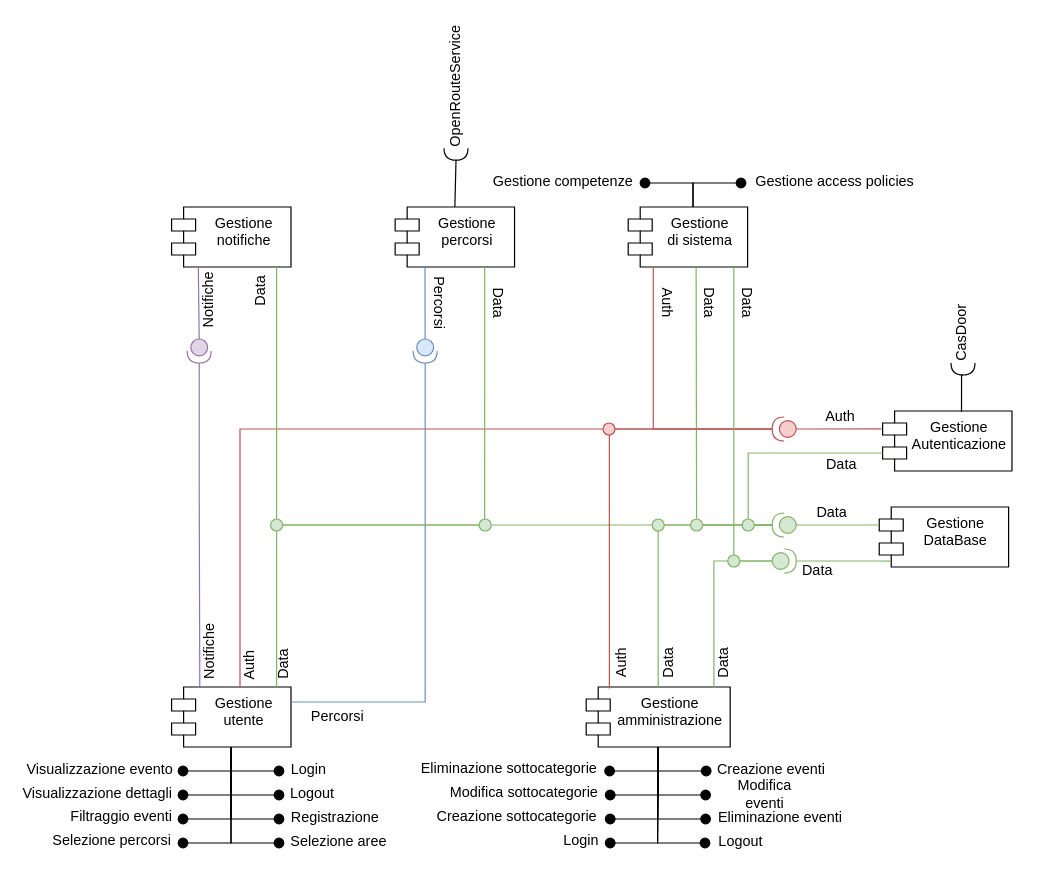
The draw.io diagram Deliverable-2/ComponentDiagram.drawio in ELI20ZIVI/BeeLive, before the edit. Source tidied: cells renumbered, new cells numbered last; positions are measured from the earlier drawing's top-left corner, leaving out a move shared by most shapes. Both pictures are drawn from the tidied source at 120%, with x=0, y=0 at pixel (20, 68).
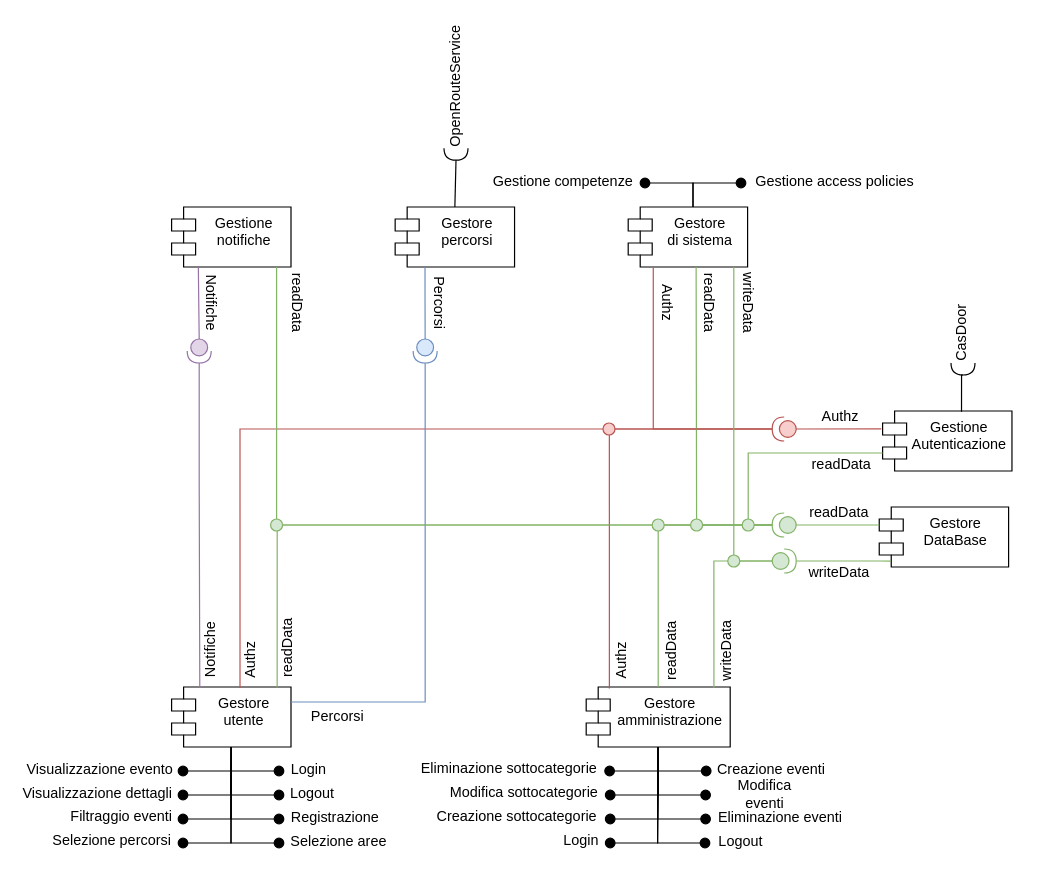
The same page after the edit.

Commit message (it also covers changes not shown here):
new component diagram

Unchanged cells that the change refers to:
```xml
<mxCell id="53" style="shape=providedRequiredInterface;html=1;verticalLabelPosition=bottom;sketch=0;rotation=-180;fillColor=#d5e8d4;strokeColor=#82b366;" parent="1" vertex="1">
  <mxGeometry x="626" y="370" width="20" height="20" as="geometry" />
</mxCell>
```

What changed in the source:
```diff
@@
-    <mxCell id="2" value="Gestione utente" style="shape=module;align=left;spacingLeft=20;align=center;verticalAlign=top;whiteSpace=wrap;html=1;" parent="1" vertex="1">
+    <mxCell id="2" value="Gestore utente" style="shape=module;align=left;spacingLeft=20;align=center;verticalAlign=top;whiteSpace=wrap;html=1;" parent="1" vertex="1">
       <mxGeometry x="125.5" y="515" width="99.5" height="50" as="geometry" />
     </mxCell>
@@
-    <mxCell id="11" value="Auth" style="text;html=1;align=center;verticalAlign=middle;whiteSpace=wrap;rounded=0;rotation=-90;" parent="1" vertex="1">
-      <mxGeometry x="161" y="482" width="60" height="30" as="geometry" />
+    <mxCell id="11" value="Authz" style="text;html=1;align=center;verticalAlign=middle;whiteSpace=wrap;rounded=0;rotation=-90;" parent="1" vertex="1">
+      <mxGeometry x="161.5" y="478" width="60" height="30" as="geometry" />
     </mxCell>
-    <mxCell id="12" value="Gestione &lt;br&gt;&lt;div&gt;DataBase&lt;/div&gt;" style="shape=module;align=left;spacingLeft=20;align=center;verticalAlign=top;whiteSpace=wrap;html=1;" parent="1" vertex="1">
+    <mxCell id="12" value="Gestore&lt;div&gt;DataBase&lt;/div&gt;" style="shape=module;align=left;spacingLeft=20;align=center;verticalAlign=top;whiteSpace=wrap;html=1;" parent="1" vertex="1">
       <mxGeometry x="715.2" y="365" width="107.8" height="50" as="geometry" />
     </mxCell>
-    <mxCell id="13" value="Data" style="text;html=1;align=center;verticalAlign=middle;whiteSpace=wrap;rounded=0;" parent="1" vertex="1">
+    <mxCell id="13" value="readData" style="text;html=1;align=center;verticalAlign=middle;whiteSpace=wrap;rounded=0;" parent="1" vertex="1">
       <mxGeometry x="654" y="315" width="60" height="30" as="geometry" />
     </mxCell>
@@
-    <mxCell id="24" value="Gestione amministrazione" style="shape=module;align=left;spacingLeft=20;align=center;verticalAlign=top;whiteSpace=wrap;html=1;" parent="1" vertex="1">
+    <mxCell id="24" value="Gestore amministrazione" style="shape=module;align=left;spacingLeft=20;align=center;verticalAlign=top;whiteSpace=wrap;html=1;" parent="1" vertex="1">
       <mxGeometry x="471" y="515" width="120" height="50" as="geometry" />
     </mxCell>
@@
-    <mxCell id="26" value="&lt;div&gt;Data&lt;/div&gt;" style="text;html=1;align=center;verticalAlign=middle;whiteSpace=wrap;rounded=0;" parent="1" vertex="1">
-      <mxGeometry x="634" y="403" width="60" height="30" as="geometry" />
+    <mxCell id="26" value="writeData" style="text;html=1;align=center;verticalAlign=middle;whiteSpace=wrap;rounded=0;" parent="1" vertex="1">
+      <mxGeometry x="634" y="405" width="96" height="30" as="geometry" />
     </mxCell>
-    <mxCell id="27" value="Gestione notifiche" style="shape=module;align=left;spacingLeft=20;align=center;verticalAlign=top;whiteSpace=wrap;html=1;" parent="1" vertex="1">
+    <mxCell id="27" value="&lt;div&gt;Gestione notifiche&lt;/div&gt;" style="shape=module;align=left;spacingLeft=20;align=center;verticalAlign=top;whiteSpace=wrap;html=1;" parent="1" vertex="1">
       <mxGeometry x="125.5" y="115" width="99.5" height="50" as="geometry" />
     </mxCell>
@@
-    <mxCell id="40" value="Auth" style="text;html=1;align=center;verticalAlign=middle;whiteSpace=wrap;rounded=0;rotation=-90;" parent="1" vertex="1">
-      <mxGeometry x="471" y="480" width="60" height="30" as="geometry" />
+    <mxCell id="40" value="Authz" style="text;html=1;align=center;verticalAlign=middle;whiteSpace=wrap;rounded=0;rotation=-90;" parent="1" vertex="1">
+      <mxGeometry x="471" y="478" width="60" height="30" as="geometry" />
     </mxCell>
-    <mxCell id="41" value="Data" style="text;html=1;align=center;verticalAlign=middle;whiteSpace=wrap;rounded=0;rotation=-90;" parent="1" vertex="1">
-      <mxGeometry x="189" y="481" width="60" height="30" as="geometry" />
+    <mxCell id="41" value="readData" style="text;html=1;align=center;verticalAlign=middle;whiteSpace=wrap;rounded=0;rotation=-90;" parent="1" vertex="1">
+      <mxGeometry x="192.5" y="468" width="60" height="30" as="geometry" />
     </mxCell>
-    <mxCell id="42" value="Data" style="text;html=1;align=center;verticalAlign=middle;whiteSpace=wrap;rounded=0;rotation=-90;" parent="1" vertex="1">
-      <mxGeometry x="510" y="480" width="60" height="30" as="geometry" />
+    <mxCell id="42" value="readData" style="text;html=1;align=center;verticalAlign=middle;whiteSpace=wrap;rounded=0;rotation=-90;" parent="1" vertex="1">
+      <mxGeometry x="512" y="470" width="60" height="30" as="geometry" />
     </mxCell>
-    <mxCell id="43" value="Auth" style="text;html=1;align=center;verticalAlign=middle;whiteSpace=wrap;rounded=0;rotation=0;" parent="1" vertex="1">
+    <mxCell id="43" value="Authz" style="text;html=1;align=center;verticalAlign=middle;whiteSpace=wrap;rounded=0;rotation=0;" parent="1" vertex="1">
       <mxGeometry x="653" y="275" width="60" height="30" as="geometry" />
     </mxCell>
@@
     <mxCell id="47" value="&lt;div&gt;Notifiche&lt;/div&gt;" style="text;html=1;align=center;verticalAlign=middle;whiteSpace=wrap;rounded=0;rotation=-90;" parent="1" vertex="1">
-      <mxGeometry x="127.5" y="471" width="60" height="30" as="geometry" />
+      <mxGeometry x="128" y="469" width="60" height="30" as="geometry" />
     </mxCell>
-    <mxCell id="48" value="&lt;div&gt;Notifiche&lt;/div&gt;" style="text;html=1;align=center;verticalAlign=middle;whiteSpace=wrap;rounded=0;rotation=-90;" parent="1" vertex="1">
-      <mxGeometry x="126.5" y="178" width="60" height="30" as="geometry" />
+    <mxCell id="48" value="&lt;div&gt;Notifiche&lt;/div&gt;" style="text;html=1;align=center;verticalAlign=middle;whiteSpace=wrap;rounded=0;rotation=90;" parent="1" vertex="1">
+      <mxGeometry x="129" y="180" width="60" height="30" as="geometry" />
     </mxCell>
-    <mxCell id="49" value="Data" style="text;html=1;align=center;verticalAlign=middle;whiteSpace=wrap;rounded=0;rotation=-90;" parent="1" vertex="1">
-      <mxGeometry x="170" y="170" width="60" height="30" as="geometry" />
+    <mxCell id="49" value="readData" style="text;html=1;align=center;verticalAlign=middle;whiteSpace=wrap;rounded=0;rotation=90;" parent="1" vertex="1">
+      <mxGeometry x="200" y="180" width="60" height="30" as="geometry" />
     </mxCell>
-    <mxCell id="50" value="Data" style="text;html=1;align=center;verticalAlign=middle;whiteSpace=wrap;rounded=0;rotation=-90;" parent="1" vertex="1">
-      <mxGeometry x="556" y="480" width="60" height="30" as="geometry" />
+    <mxCell id="50" value="writeData" style="text;html=1;align=center;verticalAlign=middle;whiteSpace=wrap;rounded=0;rotation=-90;" parent="1" vertex="1">
+      <mxGeometry x="558" y="470" width="60" height="30" as="geometry" />
     </mxCell>
-    <mxCell id="51" value="&lt;div&gt;Data&lt;/div&gt;" style="text;html=1;align=center;verticalAlign=middle;whiteSpace=wrap;rounded=0;" parent="1" vertex="1">
-      <mxGeometry x="646" y="355" width="60" height="30" as="geometry" />
+    <mxCell id="51" value="readData" style="text;html=1;align=center;verticalAlign=middle;whiteSpace=wrap;rounded=0;" parent="1" vertex="1">
+      <mxGeometry x="635" y="355" width="94" height="30" as="geometry" />
     </mxCell>
@@
-    <mxCell id="62" value="Gestione percorsi" style="shape=module;align=left;spacingLeft=20;align=center;verticalAlign=top;whiteSpace=wrap;html=1;" parent="1" vertex="1">
+    <mxCell id="62" value="Gestore percorsi" style="shape=module;align=left;spacingLeft=20;align=center;verticalAlign=top;whiteSpace=wrap;html=1;" parent="1" vertex="1">
       <mxGeometry x="311.8" y="115" width="99.5" height="50" as="geometry" />
     </mxCell>
@@
-    <mxCell id="68" style="edgeStyle=orthogonalEdgeStyle;rounded=0;jettySize=auto;html=1;exitX=0.75;exitY=1;exitDx=0;exitDy=0;entryX=0.873;entryY=0;entryDx=0;entryDy=0;entryPerimeter=0;endArrow=none;endFill=0;fillColor=#d5e8d4;strokeColor=#82b366;" parent="1" edge="1" source="62">
-      <mxGeometry relative="1" as="geometry">
-        <mxPoint x="213" y="515" as="targetPoint" />
-        <Array as="points">
-          <mxPoint x="386" y="380" />
-          <mxPoint x="213" y="380" />
-        </Array>
-      </mxGeometry>
-    </mxCell>
-    <mxCell id="69" value="Data" style="text;html=1;align=center;verticalAlign=middle;whiteSpace=wrap;rounded=0;rotation=90;" parent="1" vertex="1">
-      <mxGeometry x="363.8" y="180" width="68" height="30" as="geometry" />
-    </mxCell>
@@
-    <mxCell id="81" value="Gestione &lt;br&gt;di sistema" style="shape=module;align=left;spacingLeft=20;align=center;verticalAlign=top;whiteSpace=wrap;html=1;" parent="1" vertex="1">
+    <mxCell id="81" value="Gestore&lt;br&gt;di sistema" style="shape=module;align=left;spacingLeft=20;align=center;verticalAlign=top;whiteSpace=wrap;html=1;" parent="1" vertex="1">
       <mxGeometry x="506" y="115" width="99.5" height="50" as="geometry" />
     </mxCell>
-    <mxCell id="82" value="Data" style="text;html=1;align=center;verticalAlign=middle;whiteSpace=wrap;rounded=0;rotation=90;" parent="1" vertex="1">
+    <mxCell id="82" value="readData" style="text;html=1;align=center;verticalAlign=middle;whiteSpace=wrap;rounded=0;rotation=90;" parent="1" vertex="1">
       <mxGeometry x="540" y="180" width="68" height="30" as="geometry" />
     </mxCell>
@@
-    <mxCell id="85" value="Data" style="text;html=1;align=center;verticalAlign=middle;whiteSpace=wrap;rounded=0;rotation=90;" parent="1" vertex="1">
-      <mxGeometry x="571" y="180" width="68" height="30" as="geometry" />
+    <mxCell id="85" value="writeData" style="text;html=1;align=center;verticalAlign=middle;whiteSpace=wrap;rounded=0;rotation=90;" parent="1" vertex="1">
+      <mxGeometry x="572" y="180" width="68" height="30" as="geometry" />
     </mxCell>
-    <mxCell id="86" value="&lt;div&gt;Auth&lt;/div&gt;" style="text;html=1;align=center;verticalAlign=middle;whiteSpace=wrap;rounded=0;rotation=90;" parent="1" vertex="1">
+    <mxCell id="86" value="&lt;div&gt;Authz&lt;/div&gt;" style="text;html=1;align=center;verticalAlign=middle;whiteSpace=wrap;rounded=0;rotation=90;" parent="1" vertex="1">
       <mxGeometry x="509" y="180" width="60" height="30" as="geometry" />
     </mxCell>
@@
-    <mxCell id="90" style="ellipse;whiteSpace=wrap;html=1;fillColor=#d5e8d4;strokeColor=#82b366;" parent="1" vertex="1">
-      <mxGeometry x="601" y="375" width="10" height="10" as="geometry" />
-    </mxCell>
-    <mxCell id="91" style="ellipse;whiteSpace=wrap;html=1;fillColor=#d5e8d4;strokeColor=#82b366;" parent="1" vertex="1">
-      <mxGeometry x="558" y="375" width="10" height="10" as="geometry" />
-    </mxCell>
-    <mxCell id="92" style="ellipse;whiteSpace=wrap;html=1;fillColor=#d5e8d4;strokeColor=#82b366;" parent="1" vertex="1">
-      <mxGeometry x="526" y="375" width="10" height="10" as="geometry" />
-    </mxCell>
-    <mxCell id="93" style="ellipse;whiteSpace=wrap;html=1;fillColor=#d5e8d4;strokeColor=#82b366;" parent="1" vertex="1">
-      <mxGeometry x="381.8" y="375" width="10" height="10" as="geometry" />
-    </mxCell>
-    <mxCell id="94" style="ellipse;whiteSpace=wrap;html=1;fillColor=#d5e8d4;strokeColor=#82b366;" parent="1" vertex="1">
-      <mxGeometry x="208" y="375" width="10" height="10" as="geometry" />
-    </mxCell>
@@
+    <mxCell id="100" style="edgeStyle=orthogonalEdgeStyle;rounded=0;jettySize=auto;html=1;exitX=1;exitY=0.5;exitDx=0;exitDy=0;exitPerimeter=0;entryX=0.884;entryY=0.009;entryDx=0;entryDy=0;entryPerimeter=0;endArrow=none;endFill=0;fillColor=#d5e8d4;strokeColor=#82b366;" parent="1" edge="1" source="53" target="2">
+      <mxGeometry relative="1" as="geometry" />
+    </mxCell>
+    <mxCell id="94" style="ellipse;whiteSpace=wrap;html=1;fillColor=#d5e8d4;strokeColor=#82b366;" parent="1" vertex="1">
+      <mxGeometry x="208" y="375" width="10" height="10" as="geometry" />
+    </mxCell>
+    <mxCell id="92" style="ellipse;whiteSpace=wrap;html=1;fillColor=#d5e8d4;strokeColor=#82b366;" parent="1" vertex="1">
+      <mxGeometry x="526" y="375" width="10" height="10" as="geometry" />
+    </mxCell>
+    <mxCell id="91" style="ellipse;whiteSpace=wrap;html=1;fillColor=#d5e8d4;strokeColor=#82b366;" parent="1" vertex="1">
+      <mxGeometry x="558" y="375" width="10" height="10" as="geometry" />
+    </mxCell>
+    <mxCell id="90" style="ellipse;whiteSpace=wrap;html=1;fillColor=#d5e8d4;strokeColor=#82b366;" parent="1" vertex="1">
+      <mxGeometry x="601" y="375" width="10" height="10" as="geometry" />
+    </mxCell>
```
